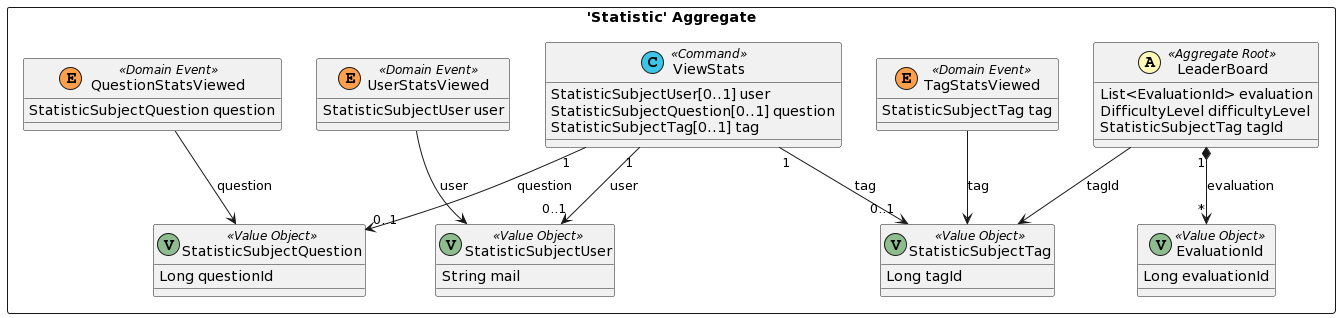
Earlier version of the PlantUML export doc/dist/src-gen/gamedev_BC_StatContext_Statistic.png (esgi-lyon/question-ddd).
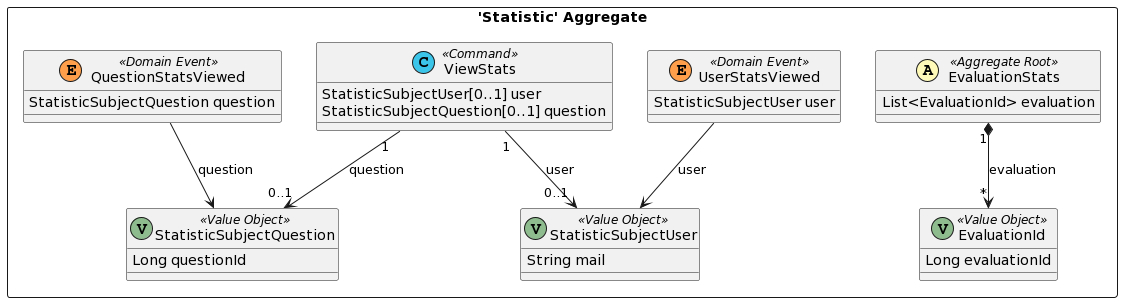
The same diagram one commit later.

Change to the diagram source:
```diff
@@ -2,16 +2,11 @@
 skinparam componentStyle uml2
 
 package "'Statistic' Aggregate" <<Rectangle>> {
-	class LeaderBoard <<(A,#fffab8) Aggregate Root>> {
+	class EvaluationStats <<(A,#fffab8) Aggregate Root>> {
 		List<EvaluationId> evaluation
-		DifficultyLevel difficultyLevel
-		StatisticSubjectTag tagId
 	}
 	class EvaluationId <<(V,DarkSeaGreen) Value Object>> {
 		Long evaluationId
-	}
-	class StatisticSubjectTag <<(V,DarkSeaGreen) Value Object>> {
-		Long tagId
 	}
 	class StatisticSubjectUser <<(V,DarkSeaGreen) Value Object>> {
 		String mail
@@ -25,21 +20,14 @@
 	class QuestionStatsViewed <<(E,#ff9f4b) Domain Event>> {
 		StatisticSubjectQuestion question
 	}
-	class TagStatsViewed <<(E,#ff9f4b) Domain Event>> {
-		StatisticSubjectTag tag
-	}
 	class ViewStats <<(C,#3bc5e9) Command>> {
 		StatisticSubjectUser[0..1] user
 		StatisticSubjectQuestion[0..1] question
-		StatisticSubjectTag[0..1] tag
 	}
 }
-TagStatsViewed --> StatisticSubjectTag : tag
-LeaderBoard "1" *--> "*" EvaluationId : evaluation
 QuestionStatsViewed --> StatisticSubjectQuestion : question
 ViewStats "1" --> "0..1" StatisticSubjectUser : user
 ViewStats "1" --> "0..1" StatisticSubjectQuestion : question
-ViewStats "1" --> "0..1" StatisticSubjectTag : tag
+EvaluationStats "1" *--> "*" EvaluationId : evaluation
 UserStatsViewed --> StatisticSubjectUser : user
-LeaderBoard --> StatisticSubjectTag : tagId
 @enduml
```
